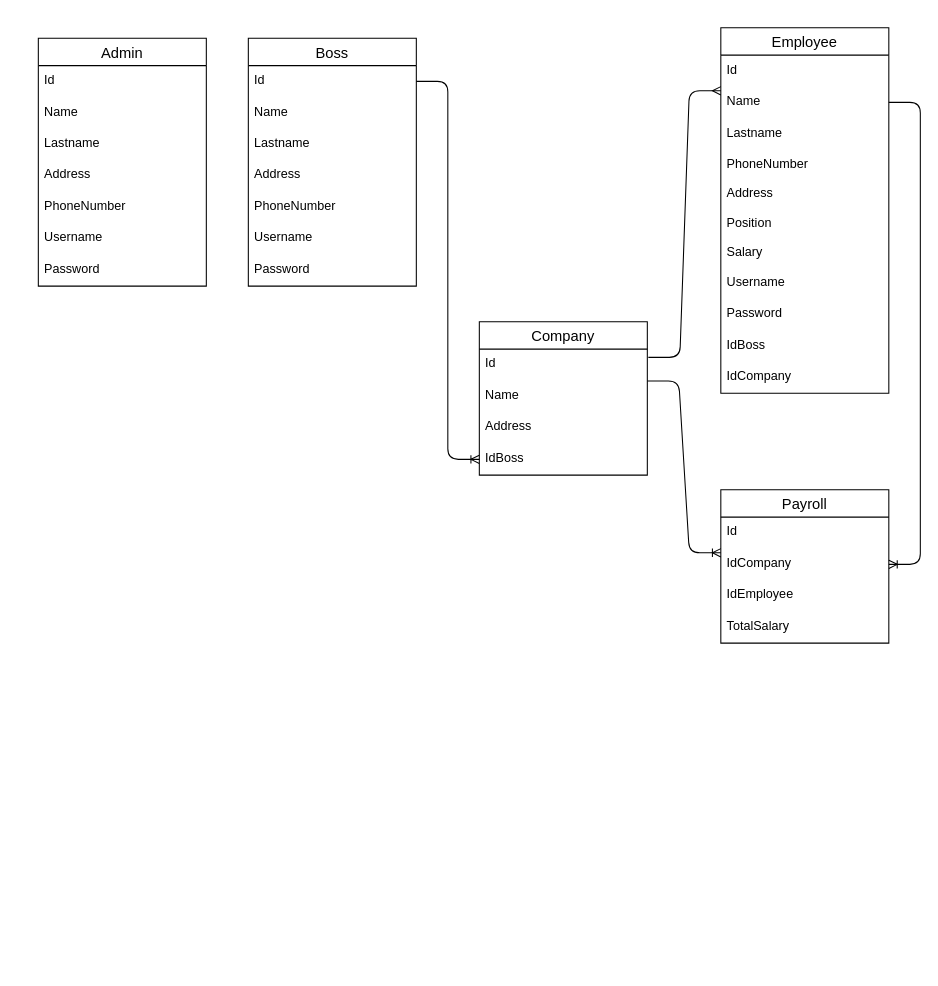
KenyaPaiz/NominaApi keeps this draw.io diagram as DIAGRAMAS/dataBase.drawio. Above is the earlier version. Source tidied: cells renumbered, new cells numbered last; positions are measured from the earlier drawing's top-left corner, leaving out a move shared by most shapes. Both pictures are drawn from the tidied source at 105%, with x=0, y=0 at pixel (38, 27).
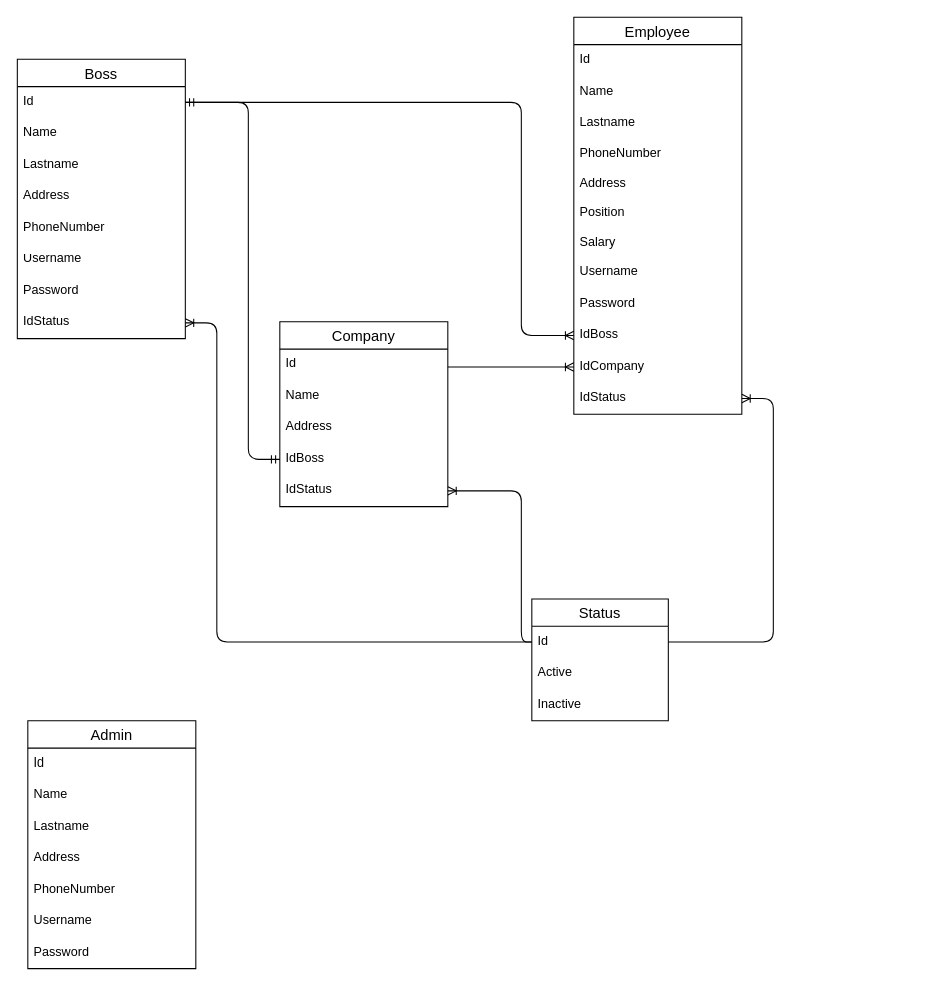
Above is the later version.

Unchanged cells that the change refers to:
```xml
<mxCell id="12" value="Name" style="text;strokeColor=none;fillColor=none;spacingLeft=4;spacingRight=4;overflow=hidden;points=[[0,0.5],[1,0.5]];portConstraint=eastwest;fontSize=12;" parent="10" vertex="1">
  <mxGeometry y="56" width="160" height="30" as="geometry" />
</mxCell>
<mxCell id="20" value="IdBoss" style="text;strokeColor=none;fillColor=none;spacingLeft=4;spacingRight=4;overflow=hidden;points=[[0,0.5],[1,0.5]];portConstraint=eastwest;fontSize=12;" parent="10" vertex="1">
  <mxGeometry y="288" width="160" height="30" as="geometry" />
</mxCell>
<mxCell id="21" value="IdCompany&#10;" style="text;strokeColor=none;fillColor=none;spacingLeft=4;spacingRight=4;overflow=hidden;points=[[0,0.5],[1,0.5]];portConstraint=eastwest;fontSize=12;" parent="10" vertex="1">
  <mxGeometry y="318" width="160" height="30" as="geometry" />
</mxCell>
<mxCell id="23" value="Id" style="text;strokeColor=none;fillColor=none;spacingLeft=4;spacingRight=4;overflow=hidden;points=[[0,0.5],[1,0.5]];portConstraint=eastwest;fontSize=12;" parent="22" vertex="1">
  <mxGeometry y="26" width="160" height="30" as="geometry" />
</mxCell>
<mxCell id="31" value="Id" style="text;strokeColor=none;fillColor=none;spacingLeft=4;spacingRight=4;overflow=hidden;points=[[0,0.5],[1,0.5]];portConstraint=eastwest;fontSize=12;" parent="30" vertex="1">
  <mxGeometry y="26" width="160" height="30" as="geometry" />
</mxCell>
<mxCell id="34" value="IdBoss" style="text;strokeColor=none;fillColor=none;spacingLeft=4;spacingRight=4;overflow=hidden;points=[[0,0.5],[1,0.5]];portConstraint=eastwest;fontSize=12;" parent="30" vertex="1">
  <mxGeometry y="116" width="160" height="30" as="geometry" />
</mxCell>
```

What changed in the source:
```diff
@@
     <mxCell id="2" value="Admin" style="swimlane;fontStyle=0;horizontal=1;startSize=26;align=center;fontSize=14;" parent="1" vertex="1">
-      <mxGeometry y="10" width="160" height="236" as="geometry" />
+      <mxGeometry x="-10" y="660" width="160" height="236" as="geometry" />
     </mxCell>
@@
     <mxCell id="10" value="Employee" style="swimlane;fontStyle=0;horizontal=1;startSize=26;align=center;fontSize=14;" parent="1" vertex="1">
-      <mxGeometry x="650" width="160" height="348" as="geometry" />
+      <mxGeometry x="510" y="-10" width="160" height="378" as="geometry" />
     </mxCell>
@@
+    <mxCell id="44" value="IdStatus" style="text;strokeColor=none;fillColor=none;spacingLeft=4;spacingRight=4;overflow=hidden;points=[[0,0.5],[1,0.5]];portConstraint=eastwest;fontSize=12;" parent="10" vertex="1">
+      <mxGeometry y="348" width="160" height="30" as="geometry" />
+    </mxCell>
     <mxCell id="22" value="Boss" style="swimlane;fontStyle=0;horizontal=1;startSize=26;align=center;fontSize=14;" parent="1" vertex="1">
-      <mxGeometry x="200" y="10" width="160" height="236" as="geometry" />
+      <mxGeometry x="-20" y="30" width="160" height="266" as="geometry" />
     </mxCell>
@@
+    <mxCell id="45" value="IdStatus" style="text;strokeColor=none;fillColor=none;spacingLeft=4;spacingRight=4;overflow=hidden;points=[[0,0.5],[1,0.5]];portConstraint=eastwest;fontSize=12;" parent="22" vertex="1">
+      <mxGeometry y="236" width="160" height="30" as="geometry" />
+    </mxCell>
     <mxCell id="30" value="Company" style="swimlane;fontStyle=0;horizontal=1;startSize=26;align=center;fontSize=14;" parent="1" vertex="1">
-      <mxGeometry x="420" y="280" width="160" height="146" as="geometry" />
+      <mxGeometry x="230" y="280" width="160" height="176" as="geometry" />
     </mxCell>
@@
-    <mxCell id="35" value="Payroll" style="swimlane;fontStyle=0;horizontal=1;startSize=26;align=center;fontSize=14;" parent="1" vertex="1">
-      <mxGeometry x="650" y="440" width="160" height="146" as="geometry" />
-    </mxCell>
+    <mxCell id="46" value="IdStatus" style="text;strokeColor=none;fillColor=none;spacingLeft=4;spacingRight=4;overflow=hidden;points=[[0,0.5],[1,0.5]];portConstraint=eastwest;fontSize=12;" parent="30" vertex="1">
+      <mxGeometry y="146" width="160" height="30" as="geometry" />
+    </mxCell>
+    <mxCell id="43" style="edgeStyle=elbowEdgeStyle;fontSize=12;html=1;endArrow=ERmandOne;startArrow=ERmandOne;exitX=0;exitY=0.5;exitDx=0;exitDy=0;" parent="1" edge="1" source="34" target="23">
+      <mxGeometry relative="1" as="geometry">
+        <Array as="points">
+          <mxPoint x="200" y="240" />
+        </Array>
+      </mxGeometry>
+    </mxCell>
+    <mxCell id="47" style="edgeStyle=elbowEdgeStyle;fontSize=12;html=1;endArrow=ERoneToMany;exitX=1;exitY=0.5;exitDx=0;exitDy=0;entryX=0;entryY=0.5;entryDx=0;entryDy=0;" parent="1" edge="1" source="23" target="20">
+      <mxGeometry relative="1" as="geometry">
+        <Array as="points">
+          <mxPoint x="460" y="170" />
+        </Array>
+      </mxGeometry>
+    </mxCell>
+    <mxCell id="48" value="Status" style="swimlane;fontStyle=0;horizontal=1;startSize=26;align=center;fontSize=14;" parent="1" vertex="1">
+      <mxGeometry x="470" y="544" width="130" height="116" as="geometry" />
+    </mxCell>
-    <mxCell id="36" value="Id" style="text;strokeColor=none;fillColor=none;spacingLeft=4;spacingRight=4;overflow=hidden;points=[[0,0.5],[1,0.5]];portConstraint=eastwest;fontSize=12;" parent="35" vertex="1">
-      <mxGeometry y="26" width="160" height="30" as="geometry" />
+    <mxCell id="36" value="Id" style="text;strokeColor=none;fillColor=none;spacingLeft=4;spacingRight=4;overflow=hidden;points=[[0,0.5],[1,0.5]];portConstraint=eastwest;fontSize=12;" parent="48" vertex="1">
+      <mxGeometry y="26" width="130" height="30" as="geometry" />
     </mxCell>
-    <mxCell id="37" value="IdCompany" style="text;strokeColor=none;fillColor=none;spacingLeft=4;spacingRight=4;overflow=hidden;points=[[0,0.5],[1,0.5]];portConstraint=eastwest;fontSize=12;" parent="35" vertex="1">
-      <mxGeometry y="56" width="160" height="30" as="geometry" />
-    </mxCell>
-    <mxCell id="38" value="IdEmployee" style="text;strokeColor=none;fillColor=none;spacingLeft=4;spacingRight=4;overflow=hidden;fontSize=12;" parent="35" vertex="1">
-      <mxGeometry y="86" width="160" height="30" as="geometry" />
-    </mxCell>
-    <mxCell id="39" value="TotalSalary&#10;" style="text;strokeColor=none;fillColor=none;spacingLeft=4;spacingRight=4;overflow=hidden;fontSize=12;" parent="35" vertex="1">
-      <mxGeometry y="116" width="160" height="30" as="geometry" />
-    </mxCell>
-    <mxCell id="40" style="edgeStyle=entityRelationEdgeStyle;fontSize=12;html=1;endArrow=ERoneToMany;exitX=1;exitY=0.5;exitDx=0;exitDy=0;entryX=0;entryY=0.5;entryDx=0;entryDy=0;" parent="1" edge="1" source="23" target="34">
-      <mxGeometry relative="1" as="geometry" />
-    </mxCell>
-    <mxCell id="41" style="edgeStyle=entityRelationEdgeStyle;fontSize=12;html=1;endArrow=ERmany;exitX=1.006;exitY=0.262;exitDx=0;exitDy=0;exitPerimeter=0;" parent="1" edge="1" source="31">
-      <mxGeometry relative="1" as="geometry">
-        <mxPoint x="650" y="60" as="targetPoint" />
-      </mxGeometry>
-    </mxCell>
-    <mxCell id="42" style="edgeStyle=entityRelationEdgeStyle;fontSize=12;html=1;endArrow=ERoneToMany;exitX=1;exitY=1.014;exitDx=0;exitDy=0;exitPerimeter=0;" parent="1" edge="1" source="31">
-      <mxGeometry relative="1" as="geometry">
-        <mxPoint x="650" y="500" as="targetPoint" />
-      </mxGeometry>
-    </mxCell>
-    <mxCell id="43" style="edgeStyle=entityRelationEdgeStyle;fontSize=12;html=1;endArrow=ERoneToMany;exitX=1;exitY=0.5;exitDx=0;exitDy=0;entryX=1;entryY=0.5;entryDx=0;entryDy=0;" parent="1" edge="1" source="12" target="37">
-      <mxGeometry relative="1" as="geometry" />
-    </mxCell>
+    <mxCell id="49" value="Active" style="text;strokeColor=none;fillColor=none;spacingLeft=4;spacingRight=4;overflow=hidden;fontSize=12;" parent="48" vertex="1">
+      <mxGeometry y="56" width="130" height="30" as="geometry" />
+    </mxCell>
+    <mxCell id="50" value="Inactive" style="text;strokeColor=none;fillColor=none;spacingLeft=4;spacingRight=4;overflow=hidden;fontSize=12;" parent="48" vertex="1">
+      <mxGeometry y="86" width="130" height="30" as="geometry" />
+    </mxCell>
+    <mxCell id="51" style="edgeStyle=entityRelationEdgeStyle;fontSize=12;html=1;endArrow=ERoneToMany;exitX=1;exitY=0.5;exitDx=0;exitDy=0;" parent="1" edge="1" source="36" target="44">
+      <mxGeometry relative="1" as="geometry" />
+    </mxCell>
+    <mxCell id="52" style="edgeStyle=elbowEdgeStyle;fontSize=12;html=1;endArrow=ERoneToMany;exitX=0;exitY=0.5;exitDx=0;exitDy=0;entryX=1;entryY=0.5;entryDx=0;entryDy=0;" parent="1" edge="1" source="36" target="45">
+      <mxGeometry relative="1" as="geometry">
+        <Array as="points">
+          <mxPoint x="170" y="430" />
+        </Array>
+      </mxGeometry>
+    </mxCell>
+    <mxCell id="53" style="edgeStyle=elbowEdgeStyle;fontSize=12;html=1;endArrow=ERoneToMany;entryX=0;entryY=0.5;entryDx=0;entryDy=0;" parent="1" edge="1" target="21">
+      <mxGeometry relative="1" as="geometry">
+        <mxPoint x="390" y="323" as="sourcePoint" />
+        <Array as="points">
+          <mxPoint x="450" y="330" />
+        </Array>
+      </mxGeometry>
+    </mxCell>
+    <mxCell id="54" style="edgeStyle=elbowEdgeStyle;fontSize=12;html=1;endArrow=ERoneToMany;entryX=1;entryY=0.5;entryDx=0;entryDy=0;exitX=0;exitY=0.5;exitDx=0;exitDy=0;" parent="1" edge="1" source="36" target="46">
+      <mxGeometry relative="1" as="geometry">
+        <Array as="points">
+          <mxPoint x="460" y="477" />
+        </Array>
+      </mxGeometry>
+    </mxCell>
```
